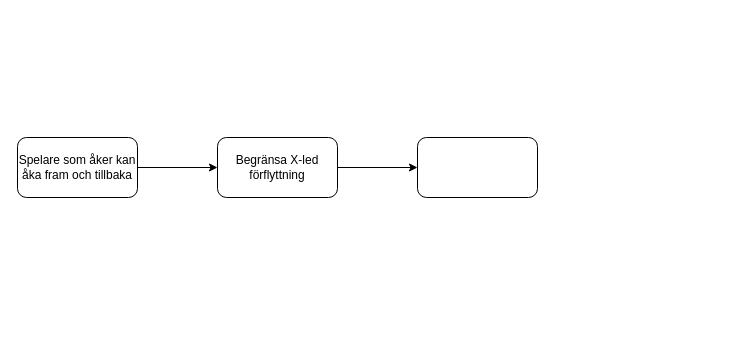
Earlier version of the draw.io diagram Documentation/Utvecklingsplan.drawio (MTGJonas/TriangleInvasionProjectTwo). Source tidied: cells renumbered, new cells numbered last; positions are measured from the earlier drawing's top-left corner, leaving out a move shared by most shapes. Both pictures are drawn from the tidied source at 100%, with x=0, y=0 at pixel (17, 137).
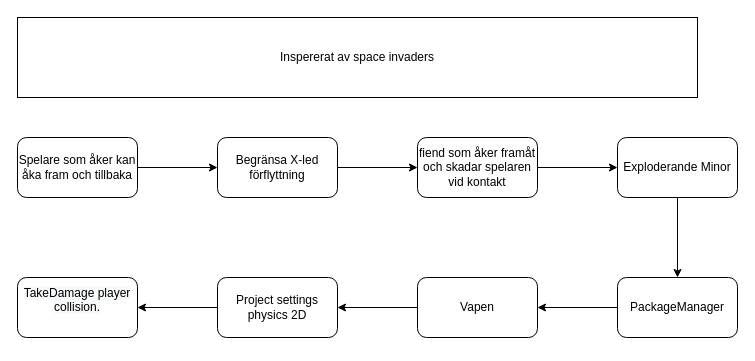
The same diagram, later.

Change to the diagram source:
```diff
@@
 <mxGraphModel>
   <root>
     <mxCell id="0" />
     <mxCell id="1" parent="0" />
     <mxCell id="2" style="edgeStyle=orthogonalEdgeStyle;rounded=0;jettySize=auto;html=1;" parent="1" edge="1" source="3" target="5">
       <mxGeometry relative="1" as="geometry" />
     </mxCell>
     <mxCell id="3" value="Spelare som åker kan åka fram och tillbaka" style="rounded=1;whiteSpace=wrap;html=1;" parent="1" vertex="1">
       <mxGeometry width="120" height="60" as="geometry" />
     </mxCell>
     <mxCell id="4" style="edgeStyle=orthogonalEdgeStyle;rounded=0;jettySize=auto;html=1;" parent="1" edge="1" source="5" target="6">
       <mxGeometry relative="1" as="geometry" />
     </mxCell>
     <mxCell id="5" value="Begränsa X-led förflyttning" style="whiteSpace=wrap;html=1;rounded=1;" parent="1" vertex="1">
       <mxGeometry x="200" width="120" height="60" as="geometry" />
     </mxCell>
+    <mxCell id="7" style="edgeStyle=orthogonalEdgeStyle;rounded=0;jettySize=auto;html=1;" parent="1" edge="1" source="6" target="10">
+      <mxGeometry relative="1" as="geometry" />
+    </mxCell>
-    <mxCell id="6" style="whiteSpace=wrap;html=1;rounded=1;" parent="1" vertex="1">
+    <mxCell id="6" value="fiend som åker framåt och skadar spelaren vid kontakt" style="whiteSpace=wrap;html=1;rounded=1;" parent="1" vertex="1">
       <mxGeometry x="400" width="120" height="60" as="geometry" />
     </mxCell>
+    <mxCell id="8" value="Inspererat av space invaders" style="rounded=0;whiteSpace=wrap;html=1;" parent="1" vertex="1">
+      <mxGeometry y="-120" width="680" height="80" as="geometry" />
+    </mxCell>
+    <mxCell id="9" style="edgeStyle=orthogonalEdgeStyle;rounded=0;jettySize=auto;html=1;" parent="1" edge="1" source="10" target="16">
+      <mxGeometry relative="1" as="geometry" />
+    </mxCell>
+    <mxCell id="10" value="Exploderande Minor" style="whiteSpace=wrap;html=1;rounded=1;" parent="1" vertex="1">
+      <mxGeometry x="600" width="120" height="60" as="geometry" />
+    </mxCell>
+    <mxCell id="11" style="edgeStyle=orthogonalEdgeStyle;rounded=0;jettySize=auto;html=1;" parent="1" edge="1" source="12" target="14">
+      <mxGeometry relative="1" as="geometry" />
+    </mxCell>
+    <mxCell id="12" value="Vapen" style="whiteSpace=wrap;html=1;rounded=1;" parent="1" vertex="1">
+      <mxGeometry x="400" y="140" width="120" height="60" as="geometry" />
+    </mxCell>
+    <mxCell id="13" style="edgeStyle=orthogonalEdgeStyle;rounded=0;jettySize=auto;html=1;" parent="1" edge="1" source="14" target="17">
+      <mxGeometry relative="1" as="geometry" />
+    </mxCell>
+    <mxCell id="14" value="Project settings physics 2D" style="whiteSpace=wrap;html=1;rounded=1;" parent="1" vertex="1">
+      <mxGeometry x="200" y="140" width="120" height="60" as="geometry" />
+    </mxCell>
+    <mxCell id="15" style="edgeStyle=orthogonalEdgeStyle;rounded=0;jettySize=auto;html=1;" parent="1" edge="1" source="16" target="12">
+      <mxGeometry relative="1" as="geometry" />
+    </mxCell>
+    <mxCell id="16" value="PackageManager" style="whiteSpace=wrap;html=1;rounded=1;" parent="1" vertex="1">
+      <mxGeometry x="600" y="140" width="120" height="60" as="geometry" />
+    </mxCell>
+    <mxCell id="17" value="&#10;&lt;span style=&quot;color: rgb(0, 0, 0); font-family: Helvetica; font-size: 12px; font-style: normal; font-variant-ligatures: normal; font-variant-caps: normal; font-weight: 400; letter-spacing: normal; orphans: 2; text-align: center; text-indent: 0px; text-transform: none; widows: 2; word-spacing: 0px; -webkit-text-stroke-width: 0px; background-color: rgb(248, 249, 250); text-decoration-thickness: initial; text-decoration-style: initial; text-decoration-color: initial; float: none; display: inline !important;&quot;&gt;TakeDamage player collision.&lt;/span&gt;&#10;&#10;" style="whiteSpace=wrap;html=1;rounded=1;" parent="1" vertex="1">
+      <mxGeometry y="140" width="120" height="60" as="geometry" />
+    </mxCell>
   </root>
 </mxGraphModel>
```
